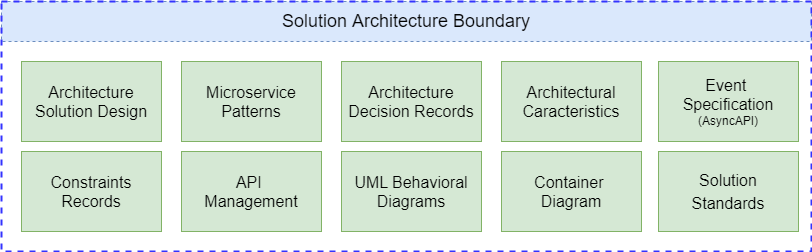
Above: solution-architecture/images/Solution Architecture - Deliverables.png in rpicanco/MicroserviceArchitectureSolutionFramework (draw.io), before the change. Source tidied: cells renumbered, new cells last; positions are measured from the earlier drawing's top-left corner, leaving out a move shared by most shapes. The source it was exported from:
```xml
<mxGraphModel>
  <root>
    <mxCell id="0" />
    <mxCell id="1" parent="0" />
    <mxCell id="2" value="&lt;span style=&quot;font-size: 18px&quot;&gt;Solution Architecture Boundary&lt;/span&gt;" style="text;html=1;strokeColor=#6c8ebf;fillColor=#dae8fc;align=center;verticalAlign=middle;whiteSpace=wrap;rounded=0;dashed=1;" parent="1" vertex="1">
      <mxGeometry width="810" height="40" as="geometry" />
    </mxCell>
    <mxCell id="3" style="rounded=0;whiteSpace=wrap;html=1;dashed=1;fillColor=none;strokeColor=#3333FF;strokeWidth=2;" parent="1" vertex="1">
      <mxGeometry width="810" height="250" as="geometry" />
    </mxCell>
    <mxCell id="4" value="&lt;span style=&quot;font-size: 16px&quot;&gt;Architecture Solution Design&lt;/span&gt;" style="rounded=0;whiteSpace=wrap;html=1;fillColor=#d5e8d4;strokeColor=#82b366;" parent="1" vertex="1">
      <mxGeometry x="20" y="60" width="140" height="80" as="geometry" />
    </mxCell>
    <mxCell id="5" value="&lt;span style=&quot;font-size: 16px&quot;&gt;Architecture Decision Records&lt;/span&gt;" style="rounded=0;whiteSpace=wrap;html=1;fillColor=#d5e8d4;strokeColor=#82b366;" parent="1" vertex="1">
      <mxGeometry x="340" y="60" width="140" height="80" as="geometry" />
    </mxCell>
    <mxCell id="6" value="&lt;span style=&quot;font-size: 16px&quot;&gt;Architectural Caracteristics&lt;/span&gt;" style="rounded=0;whiteSpace=wrap;html=1;fillColor=#d5e8d4;strokeColor=#82b366;" parent="1" vertex="1">
      <mxGeometry x="500" y="60" width="140" height="80" as="geometry" />
    </mxCell>
    <mxCell id="7" value="&lt;span style=&quot;font-size: 16px&quot;&gt;API &lt;br&gt;Management&lt;/span&gt;" style="rounded=0;whiteSpace=wrap;html=1;fillColor=#d5e8d4;strokeColor=#82b366;" parent="1" vertex="1">
      <mxGeometry x="180" y="150" width="140" height="80" as="geometry" />
    </mxCell>
    <mxCell id="8" value="&lt;span style=&quot;font-size: 16px&quot;&gt;Constraints Records&lt;/span&gt;" style="rounded=0;whiteSpace=wrap;html=1;fillColor=#d5e8d4;strokeColor=#82b366;" parent="1" vertex="1">
      <mxGeometry x="20" y="150" width="140" height="80" as="geometry" />
    </mxCell>
    <mxCell id="9" value="&lt;span style=&quot;font-size: 16px&quot;&gt;UML&amp;nbsp;&lt;/span&gt;&lt;span style=&quot;font-size: 16px&quot;&gt;Behavioral Diagrams&lt;/span&gt;" style="rounded=0;whiteSpace=wrap;html=1;fillColor=#d5e8d4;strokeColor=#82b366;" parent="1" vertex="1">
      <mxGeometry x="340" y="150" width="140" height="80" as="geometry" />
    </mxCell>
    <mxCell id="10" value="&lt;span style=&quot;font-size: 16px&quot;&gt;Solution&lt;/span&gt;&lt;br style=&quot;font-size: 16px&quot;&gt;&lt;span style=&quot;font-size: 16px&quot;&gt;Standards&lt;/span&gt;" style="rounded=0;whiteSpace=wrap;html=1;fillColor=#d5e8d4;strokeColor=#82b366;" parent="1" vertex="1">
      <mxGeometry x="657" y="150" width="140" height="80" as="geometry" />
    </mxCell>
    <mxCell id="11" value="&lt;span style=&quot;font-size: 16px&quot;&gt;Container &lt;br&gt;Diagram&lt;/span&gt;" style="rounded=0;whiteSpace=wrap;html=1;fillColor=#d5e8d4;strokeColor=#82b366;" parent="1" vertex="1">
      <mxGeometry x="500" y="150" width="140" height="80" as="geometry" />
    </mxCell>
    <mxCell id="12" value="&lt;span style=&quot;font-size: 16px&quot;&gt;Event &lt;br&gt;Specification&lt;/span&gt;&lt;br&gt;(AsyncAPI)" style="rounded=0;whiteSpace=wrap;html=1;fillColor=#d5e8d4;strokeColor=#82b366;" parent="1" vertex="1">
      <mxGeometry x="657" y="60" width="140" height="80" as="geometry" />
    </mxCell>
    <mxCell id="13" value="&lt;span style=&quot;font-size: 16px&quot;&gt;Microservice Patterns&lt;/span&gt;" style="rounded=0;whiteSpace=wrap;html=1;fillColor=#d5e8d4;strokeColor=#82b366;" parent="1" vertex="1">
      <mxGeometry x="180" y="60" width="140" height="80" as="geometry" />
    </mxCell>
  </root>
</mxGraphModel>
```
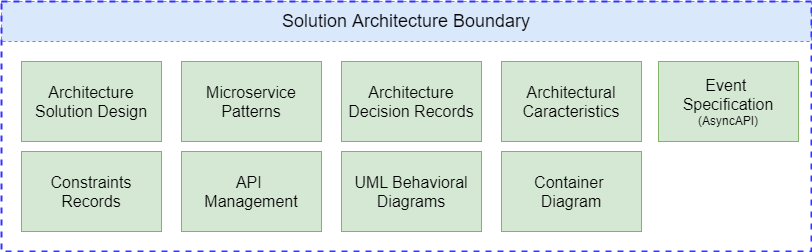
After the commit.

The edit, as a diff of the source:
```diff
@@ -26,9 +26,6 @@
     <mxCell id="9" value="&lt;span style=&quot;font-size: 16px&quot;&gt;UML&amp;nbsp;&lt;/span&gt;&lt;span style=&quot;font-size: 16px&quot;&gt;Behavioral Diagrams&lt;/span&gt;" style="rounded=0;whiteSpace=wrap;html=1;fillColor=#d5e8d4;strokeColor=#82b366;" parent="1" vertex="1">
       <mxGeometry x="340" y="150" width="140" height="80" as="geometry" />
     </mxCell>
-    <mxCell id="10" value="&lt;span style=&quot;font-size: 16px&quot;&gt;Solution&lt;/span&gt;&lt;br style=&quot;font-size: 16px&quot;&gt;&lt;span style=&quot;font-size: 16px&quot;&gt;Standards&lt;/span&gt;" style="rounded=0;whiteSpace=wrap;html=1;fillColor=#d5e8d4;strokeColor=#82b366;" parent="1" vertex="1">
-      <mxGeometry x="657" y="150" width="140" height="80" as="geometry" />
-    </mxCell>
     <mxCell id="11" value="&lt;span style=&quot;font-size: 16px&quot;&gt;Container &lt;br&gt;Diagram&lt;/span&gt;" style="rounded=0;whiteSpace=wrap;html=1;fillColor=#d5e8d4;strokeColor=#82b366;" parent="1" vertex="1">
       <mxGeometry x="500" y="150" width="140" height="80" as="geometry" />
     </mxCell>
```
